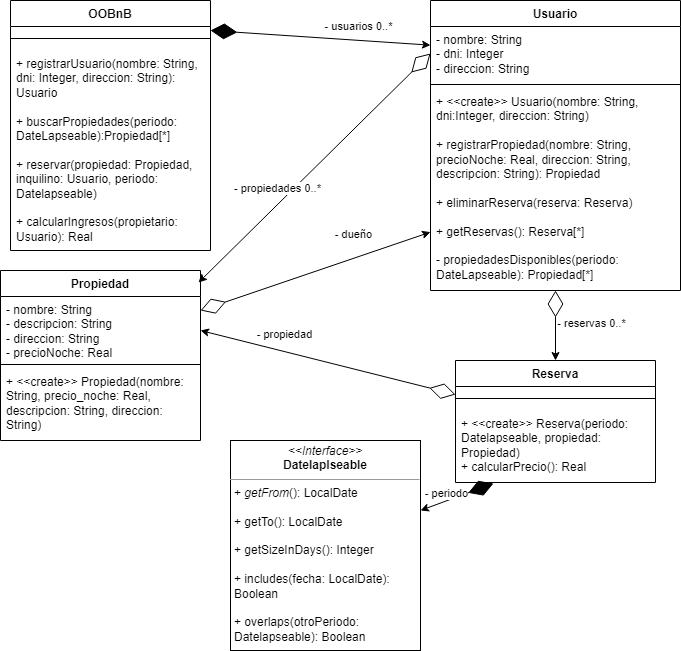
Pedro0604/2do-LS-LI-API-ATIC keeps this draw.io diagram as 2do semestre/OO1/Prácticas/Prácticas/ejercicio15/Ejercicio 15.drawio.png. Above is the earlier version. Source tidied: cells renumbered, new cells last; positions are measured from the earlier drawing's top-left corner, leaving out a move shared by most shapes. Source of this version:
```xml
<mxGraphModel>
  <root>
    <mxCell id="0" />
    <mxCell id="1" parent="0" />
    <mxCell id="2" value="OOBnB" style="swimlane;fontStyle=1;align=center;verticalAlign=top;horizontal=1;startSize=26;whiteSpace=wrap;html=1;" parent="1" vertex="1">
      <mxGeometry x="10" width="200" height="250" as="geometry" />
    </mxCell>
    <mxCell id="3" style="line;strokeWidth=1;fillColor=none;align=left;verticalAlign=middle;spacingTop=-1;spacingLeft=3;spacingRight=3;labelPosition=right;strokeColor=inherit;" parent="2" vertex="1">
      <mxGeometry y="26" width="200" height="24" as="geometry" />
    </mxCell>
    <mxCell id="4" value="+ registrarUsuario(nombre: String, dni: Integer, direccion: String): Usuario&lt;br&gt;&lt;br&gt;+ buscarPropiedades(periodo: DateLapseable):Propiedad[*]&lt;br&gt;&lt;br&gt;+ reservar(propiedad: Propiedad, inquilino: Usuario, periodo: Datelapseable)&lt;br&gt;&lt;br&gt;+ calcularIngresos(propietario: Usuario): Real" style="text;strokeColor=none;fillColor=none;align=left;verticalAlign=top;spacingLeft=4;spacingRight=4;overflow=hidden;whiteSpace=wrap;html=1;" parent="2" vertex="1">
      <mxGeometry y="50" width="200" height="200" as="geometry" />
    </mxCell>
    <mxCell id="5" style="endArrow=diamondThin;endFill=1;endSize=24;html=1;rounded=0;startArrow=classic;startFill=1;" parent="2" edge="1" source="8">
      <mxGeometry relative="1" as="geometry">
        <mxPoint x="200" y="30" as="targetPoint" />
      </mxGeometry>
    </mxCell>
    <mxCell id="6" value="- usuarios 0..*" style="edgeLabel;html=1;align=center;verticalAlign=middle;" parent="5" vertex="1">
      <mxGeometry x="-0.34" y="-3" relative="1" as="geometry">
        <mxPoint y="-11" as="offset" />
      </mxGeometry>
    </mxCell>
    <mxCell id="7" value="Usuario" style="swimlane;fontStyle=1;align=center;verticalAlign=top;horizontal=1;startSize=26;whiteSpace=wrap;html=1;" parent="1" vertex="1">
      <mxGeometry x="430" width="250" height="290" as="geometry" />
    </mxCell>
    <mxCell id="8" value="- nombre: String&lt;br&gt;- dni: Integer&lt;br&gt;- direccion: String" style="text;strokeColor=none;fillColor=none;align=left;verticalAlign=top;spacingLeft=4;spacingRight=4;overflow=hidden;points=[[0,0.5],[1,0.5]];portConstraint=eastwest;whiteSpace=wrap;html=1;" parent="7" vertex="1">
      <mxGeometry y="26" width="250" height="54" as="geometry" />
    </mxCell>
    <mxCell id="9" style="line;strokeWidth=1;fillColor=none;align=left;verticalAlign=middle;spacingTop=-1;spacingLeft=3;spacingRight=3;labelPosition=right;strokeColor=inherit;" parent="7" vertex="1">
      <mxGeometry y="80" width="250" height="8" as="geometry" />
    </mxCell>
    <mxCell id="10" value="+ &amp;lt;&amp;lt;create&amp;gt;&amp;gt; Usuario(nombre: String, dni:Integer, direccion: String)&lt;br&gt;&lt;br&gt;+ registrarPropiedad(nombre: String, precioNoche: Real, direccion: String, descripcion: String): Propiedad&lt;br&gt;&lt;br&gt;+ eliminarReserva(reserva: Reserva)&lt;br&gt;&lt;br&gt;+ getReservas(): Reserva[*]&lt;br&gt;&lt;br&gt;- propiedadesDisponibles(periodo: DateLapseable): Propiedad[*]" style="text;strokeColor=none;fillColor=none;align=left;verticalAlign=top;spacingLeft=4;spacingRight=4;overflow=hidden;points=[[0,0.5],[1,0.5]];portConstraint=eastwest;whiteSpace=wrap;html=1;" parent="7" vertex="1">
      <mxGeometry y="88" width="250" height="202" as="geometry" />
    </mxCell>
    <mxCell id="11" value="Reserva" style="swimlane;fontStyle=1;align=center;verticalAlign=top;horizontal=1;startSize=26;whiteSpace=wrap;html=1;" parent="1" vertex="1">
      <mxGeometry x="455" y="360" width="200" height="122" as="geometry" />
    </mxCell>
    <mxCell id="12" style="line;strokeWidth=1;fillColor=none;align=left;verticalAlign=middle;spacingTop=-1;spacingLeft=3;spacingRight=3;labelPosition=right;points=[];portConstraint=eastwest;strokeColor=inherit;" parent="11" vertex="1">
      <mxGeometry y="26" width="200" height="24" as="geometry" />
    </mxCell>
    <mxCell id="13" value="+ &amp;lt;&amp;lt;create&amp;gt;&amp;gt; Reserva(periodo: Datelapseable, propiedad: Propiedad)&lt;br&gt;+ calcularPrecio(): Real" style="text;strokeColor=none;fillColor=none;align=left;verticalAlign=top;spacingLeft=4;spacingRight=4;overflow=hidden;points=[[0,0.5],[1,0.5]];portConstraint=eastwest;whiteSpace=wrap;html=1;" parent="11" vertex="1">
      <mxGeometry y="50" width="200" height="72" as="geometry" />
    </mxCell>
    <mxCell id="14" value="Propiedad" style="swimlane;fontStyle=1;align=center;verticalAlign=top;horizontal=1;startSize=26;whiteSpace=wrap;html=1;" parent="1" vertex="1">
      <mxGeometry y="270" width="200" height="170" as="geometry" />
    </mxCell>
    <mxCell id="15" value="- nombre: String&lt;br&gt;- descripcion: String&lt;br&gt;- direccion: String&lt;br&gt;- precioNoche: Real" style="text;strokeColor=none;fillColor=none;align=left;verticalAlign=top;spacingLeft=4;spacingRight=4;overflow=hidden;points=[[0,0.5],[1,0.5]];portConstraint=eastwest;whiteSpace=wrap;html=1;" parent="14" vertex="1">
      <mxGeometry y="26" width="200" height="64" as="geometry" />
    </mxCell>
    <mxCell id="16" style="line;strokeWidth=1;fillColor=none;align=left;verticalAlign=middle;spacingTop=-1;spacingLeft=3;spacingRight=3;labelPosition=right;strokeColor=inherit;" parent="14" vertex="1">
      <mxGeometry y="90" width="200" height="8" as="geometry" />
    </mxCell>
    <mxCell id="17" value="+ &amp;lt;&amp;lt;create&amp;gt;&amp;gt; Propiedad(nombre: String, precio_noche: Real, descripcion: String, direccion: String)&lt;br&gt;&lt;br&gt;+ valorActual(): Real" style="text;strokeColor=none;fillColor=none;align=left;verticalAlign=top;spacingLeft=4;spacingRight=4;overflow=hidden;whiteSpace=wrap;html=1;" parent="14" vertex="1">
      <mxGeometry y="98" width="200" height="72" as="geometry" />
    </mxCell>
    <mxCell id="18" value="&lt;p style=&quot;margin:0px;margin-top:4px;text-align:center;&quot;&gt;&lt;i&gt;&amp;lt;&amp;lt;Interface&amp;gt;&amp;gt;&lt;/i&gt;&lt;br&gt;&lt;b&gt;Datelaplseable&lt;/b&gt;&lt;/p&gt;&lt;hr size=&quot;1&quot;&gt;&lt;p style=&quot;margin:0px;margin-left:4px;&quot;&gt;&lt;/p&gt;&lt;p style=&quot;margin:0px;margin-left:4px;&quot;&gt;+ &lt;i&gt;getFrom&lt;/i&gt;(): LocalDate&lt;/p&gt;&lt;p style=&quot;margin:0px;margin-left:4px;&quot;&gt;&lt;br&gt;&lt;/p&gt;&lt;p style=&quot;margin:0px;margin-left:4px;&quot;&gt;+ getTo(): LocalDate&lt;/p&gt;&lt;p style=&quot;margin:0px;margin-left:4px;&quot;&gt;&lt;br&gt;&lt;/p&gt;&lt;p style=&quot;margin:0px;margin-left:4px;&quot;&gt;+ getSizeInDays(): Integer&lt;/p&gt;&lt;p style=&quot;margin:0px;margin-left:4px;&quot;&gt;&lt;br&gt;&lt;/p&gt;&lt;p style=&quot;margin:0px;margin-left:4px;&quot;&gt;+ includes(fecha: LocalDate): Boolean&lt;/p&gt;&lt;p style=&quot;margin:0px;margin-left:4px;&quot;&gt;&lt;br&gt;&lt;/p&gt;&lt;p style=&quot;margin:0px;margin-left:4px;&quot;&gt;+ overlaps(otroPeriodo: Datelapseable): Boolean&lt;/p&gt;" style="verticalAlign=top;align=left;overflow=fill;fontSize=12;fontFamily=Helvetica;html=1;whiteSpace=wrap;" parent="1" vertex="1">
      <mxGeometry x="230" y="440" width="190" height="210" as="geometry" />
    </mxCell>
    <mxCell id="19" style="endArrow=diamondThin;endFill=1;endSize=24;html=1;rounded=0;startArrow=classic;startFill=1;entryX=0.19;entryY=1.014;entryDx=0;entryDy=0;entryPerimeter=0;" parent="1" edge="1" source="18" target="13">
      <mxGeometry relative="1" as="geometry" />
    </mxCell>
    <mxCell id="20" value="- periodo" style="edgeLabel;html=1;align=center;verticalAlign=middle;" parent="19" vertex="1">
      <mxGeometry x="-0.34" y="-3" relative="1" as="geometry">
        <mxPoint y="-11" as="offset" />
      </mxGeometry>
    </mxCell>
    <mxCell id="21" style="endArrow=diamondThin;endFill=0;endSize=24;html=1;rounded=0;startArrow=classic;startFill=1;entryX=0;entryY=0.333;entryDx=0;entryDy=0;entryPerimeter=0;" parent="1" edge="1" target="12">
      <mxGeometry relative="1" as="geometry">
        <mxPoint x="200" y="330" as="sourcePoint" />
      </mxGeometry>
    </mxCell>
    <mxCell id="22" value="- propiedad" style="edgeLabel;html=1;align=center;verticalAlign=middle;" parent="21" vertex="1">
      <mxGeometry x="-0.34" y="-3" relative="1" as="geometry">
        <mxPoint y="-21" as="offset" />
      </mxGeometry>
    </mxCell>
    <mxCell id="23" style="endArrow=diamondThin;endFill=0;endSize=24;html=1;rounded=0;startArrow=classic;startFill=1;" parent="1" edge="1" source="11" target="10">
      <mxGeometry relative="1" as="geometry" />
    </mxCell>
    <mxCell id="24" value="- reservas 0..*" style="edgeLabel;html=1;align=center;verticalAlign=middle;" parent="23" vertex="1">
      <mxGeometry x="-0.34" y="-3" relative="1" as="geometry">
        <mxPoint x="32" y="-15" as="offset" />
      </mxGeometry>
    </mxCell>
    <mxCell id="25" style="endArrow=diamondThin;endFill=0;endSize=24;html=1;rounded=0;startArrow=classic;startFill=1;entryX=0;entryY=0.5;entryDx=0;entryDy=0;exitX=0.99;exitY=0.071;exitDx=0;exitDy=0;exitPerimeter=0;" parent="1" edge="1" source="14" target="8">
      <mxGeometry relative="1" as="geometry" />
    </mxCell>
    <mxCell id="26" value="- propiedades 0..*" style="edgeLabel;html=1;align=center;verticalAlign=middle;" parent="25" vertex="1">
      <mxGeometry x="-0.34" y="-3" relative="1" as="geometry">
        <mxPoint y="-21" as="offset" />
      </mxGeometry>
    </mxCell>
    <mxCell id="27" style="endArrow=diamondThin;endFill=0;endSize=24;html=1;rounded=0;startArrow=classic;startFill=1;" parent="1" edge="1" source="10">
      <mxGeometry relative="1" as="geometry">
        <mxPoint x="200" y="310" as="targetPoint" />
      </mxGeometry>
    </mxCell>
    <mxCell id="28" value="- dueño" style="edgeLabel;html=1;align=center;verticalAlign=middle;" parent="27" vertex="1">
      <mxGeometry x="-0.34" y="-3" relative="1" as="geometry">
        <mxPoint y="-21" as="offset" />
      </mxGeometry>
    </mxCell>
  </root>
</mxGraphModel>
```
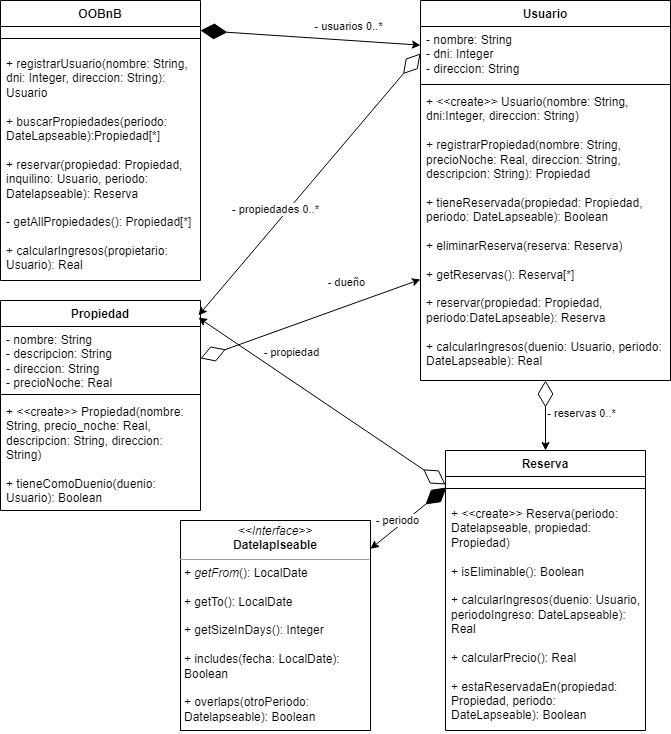
Later version of the same file.

The edit, as a diff of the source:
```diff
@@ -3,13 +3,13 @@
     <mxCell id="0" />
     <mxCell id="1" parent="0" />
     <mxCell id="2" value="OOBnB" style="swimlane;fontStyle=1;align=center;verticalAlign=top;horizontal=1;startSize=26;whiteSpace=wrap;html=1;" parent="1" vertex="1">
-      <mxGeometry x="10" width="200" height="250" as="geometry" />
+      <mxGeometry x="10" width="200" height="280" as="geometry" />
     </mxCell>
     <mxCell id="3" style="line;strokeWidth=1;fillColor=none;align=left;verticalAlign=middle;spacingTop=-1;spacingLeft=3;spacingRight=3;labelPosition=right;strokeColor=inherit;" parent="2" vertex="1">
       <mxGeometry y="26" width="200" height="24" as="geometry" />
     </mxCell>
-    <mxCell id="4" value="+ registrarUsuario(nombre: String, dni: Integer, direccion: String): Usuario&lt;br&gt;&lt;br&gt;+ buscarPropiedades(periodo: DateLapseable):Propiedad[*]&lt;br&gt;&lt;br&gt;+ reservar(propiedad: Propiedad, inquilino: Usuario, periodo: Datelapseable)&lt;br&gt;&lt;br&gt;+ calcularIngresos(propietario: Usuario): Real" style="text;strokeColor=none;fillColor=none;align=left;verticalAlign=top;spacingLeft=4;spacingRight=4;overflow=hidden;whiteSpace=wrap;html=1;" parent="2" vertex="1">
-      <mxGeometry y="50" width="200" height="200" as="geometry" />
+    <mxCell id="4" value="+ registrarUsuario(nombre: String, dni: Integer, direccion: String): Usuario&lt;br&gt;&lt;br&gt;+ buscarPropiedades(periodo: DateLapseable):Propiedad[*]&lt;br&gt;&lt;br&gt;+ reservar(propiedad: Propiedad, inquilino: Usuario, periodo: Datelapseable): Reserva&lt;br&gt;&lt;br&gt;- getAllPropiedades(): Propiedad[*]&lt;br&gt;&lt;br&gt;+ calcularIngresos(propietario: Usuario): Real" style="text;strokeColor=none;fillColor=none;align=left;verticalAlign=top;spacingLeft=4;spacingRight=4;overflow=hidden;whiteSpace=wrap;html=1;" parent="2" vertex="1">
+      <mxGeometry y="50" width="200" height="230" as="geometry" />
     </mxCell>
     <mxCell id="5" style="endArrow=diamondThin;endFill=1;endSize=24;html=1;rounded=0;startArrow=classic;startFill=1;" parent="2" edge="1" source="8">
       <mxGeometry relative="1" as="geometry">
@@ -22,7 +22,7 @@
       </mxGeometry>
     </mxCell>
     <mxCell id="7" value="Usuario" style="swimlane;fontStyle=1;align=center;verticalAlign=top;horizontal=1;startSize=26;whiteSpace=wrap;html=1;" parent="1" vertex="1">
-      <mxGeometry x="430" width="250" height="290" as="geometry" />
+      <mxGeometry x="430" width="250" height="380" as="geometry" />
     </mxCell>
     <mxCell id="8" value="- nombre: String&lt;br&gt;- dni: Integer&lt;br&gt;- direccion: String" style="text;strokeColor=none;fillColor=none;align=left;verticalAlign=top;spacingLeft=4;spacingRight=4;overflow=hidden;points=[[0,0.5],[1,0.5]];portConstraint=eastwest;whiteSpace=wrap;html=1;" parent="7" vertex="1">
       <mxGeometry y="26" width="250" height="54" as="geometry" />
@@ -30,20 +30,20 @@
     <mxCell id="9" style="line;strokeWidth=1;fillColor=none;align=left;verticalAlign=middle;spacingTop=-1;spacingLeft=3;spacingRight=3;labelPosition=right;strokeColor=inherit;" parent="7" vertex="1">
       <mxGeometry y="80" width="250" height="8" as="geometry" />
     </mxCell>
-    <mxCell id="10" value="+ &amp;lt;&amp;lt;create&amp;gt;&amp;gt; Usuario(nombre: String, dni:Integer, direccion: String)&lt;br&gt;&lt;br&gt;+ registrarPropiedad(nombre: String, precioNoche: Real, direccion: String, descripcion: String): Propiedad&lt;br&gt;&lt;br&gt;+ eliminarReserva(reserva: Reserva)&lt;br&gt;&lt;br&gt;+ getReservas(): Reserva[*]&lt;br&gt;&lt;br&gt;- propiedadesDisponibles(periodo: DateLapseable): Propiedad[*]" style="text;strokeColor=none;fillColor=none;align=left;verticalAlign=top;spacingLeft=4;spacingRight=4;overflow=hidden;points=[[0,0.5],[1,0.5]];portConstraint=eastwest;whiteSpace=wrap;html=1;" parent="7" vertex="1">
-      <mxGeometry y="88" width="250" height="202" as="geometry" />
+    <mxCell id="10" value="+ &amp;lt;&amp;lt;create&amp;gt;&amp;gt; Usuario(nombre: String, dni:Integer, direccion: String)&lt;br&gt;&lt;br&gt;+ registrarPropiedad(nombre: String, precioNoche: Real, direccion: String, descripcion: String): Propiedad&lt;br&gt;&lt;br&gt;+ tieneReservada(propiedad: Propiedad, periodo: DateLapseable): Boolean&lt;br&gt;&lt;br&gt;+ eliminarReserva(reserva: Reserva)&lt;br&gt;&lt;br&gt;+ getReservas(): Reserva[*]&lt;br&gt;&lt;br&gt;+ reservar(propiedad: Propiedad, periodo:DateLapseable): Reserva&lt;br&gt;&lt;br&gt;+ calcularIngresos(duenio: Usuario, periodo: DateLapseable): Real" style="text;strokeColor=none;fillColor=none;align=left;verticalAlign=top;spacingLeft=4;spacingRight=4;overflow=hidden;points=[[0,0.5],[1,0.5]];portConstraint=eastwest;whiteSpace=wrap;html=1;" parent="7" vertex="1">
+      <mxGeometry y="88" width="250" height="292" as="geometry" />
     </mxCell>
     <mxCell id="11" value="Reserva" style="swimlane;fontStyle=1;align=center;verticalAlign=top;horizontal=1;startSize=26;whiteSpace=wrap;html=1;" parent="1" vertex="1">
-      <mxGeometry x="455" y="360" width="200" height="122" as="geometry" />
+      <mxGeometry x="455" y="450" width="200" height="280" as="geometry" />
     </mxCell>
     <mxCell id="12" style="line;strokeWidth=1;fillColor=none;align=left;verticalAlign=middle;spacingTop=-1;spacingLeft=3;spacingRight=3;labelPosition=right;points=[];portConstraint=eastwest;strokeColor=inherit;" parent="11" vertex="1">
       <mxGeometry y="26" width="200" height="24" as="geometry" />
     </mxCell>
-    <mxCell id="13" value="+ &amp;lt;&amp;lt;create&amp;gt;&amp;gt; Reserva(periodo: Datelapseable, propiedad: Propiedad)&lt;br&gt;+ calcularPrecio(): Real" style="text;strokeColor=none;fillColor=none;align=left;verticalAlign=top;spacingLeft=4;spacingRight=4;overflow=hidden;points=[[0,0.5],[1,0.5]];portConstraint=eastwest;whiteSpace=wrap;html=1;" parent="11" vertex="1">
-      <mxGeometry y="50" width="200" height="72" as="geometry" />
+    <mxCell id="13" value="+ &amp;lt;&amp;lt;create&amp;gt;&amp;gt; Reserva(periodo: Datelapseable, propiedad: Propiedad)&lt;br&gt;&lt;br&gt;+ isEliminable(): Boolean&lt;br&gt;&lt;br&gt;+ calcularIngresos(duenio: Usuario, periodoIngreso: DateLapseable): Real&lt;br&gt;&lt;br&gt;+ calcularPrecio(): Real&lt;br&gt;&lt;br&gt;+ estaReservadaEn(propiedad: Propiedad, periodo: DateLapseable): Boolean" style="text;strokeColor=none;fillColor=none;align=left;verticalAlign=top;spacingLeft=4;spacingRight=4;overflow=hidden;points=[[0,0.5],[1,0.5]];portConstraint=eastwest;whiteSpace=wrap;html=1;" parent="11" vertex="1">
+      <mxGeometry y="50" width="200" height="230" as="geometry" />
     </mxCell>
     <mxCell id="14" value="Propiedad" style="swimlane;fontStyle=1;align=center;verticalAlign=top;horizontal=1;startSize=26;whiteSpace=wrap;html=1;" parent="1" vertex="1">
-      <mxGeometry y="270" width="200" height="170" as="geometry" />
+      <mxGeometry x="10" y="300" width="200" height="210" as="geometry" />
     </mxCell>
     <mxCell id="15" value="- nombre: String&lt;br&gt;- descripcion: String&lt;br&gt;- direccion: String&lt;br&gt;- precioNoche: Real" style="text;strokeColor=none;fillColor=none;align=left;verticalAlign=top;spacingLeft=4;spacingRight=4;overflow=hidden;points=[[0,0.5],[1,0.5]];portConstraint=eastwest;whiteSpace=wrap;html=1;" parent="14" vertex="1">
       <mxGeometry y="26" width="200" height="64" as="geometry" />
@@ -51,13 +51,13 @@
     <mxCell id="16" style="line;strokeWidth=1;fillColor=none;align=left;verticalAlign=middle;spacingTop=-1;spacingLeft=3;spacingRight=3;labelPosition=right;strokeColor=inherit;" parent="14" vertex="1">
       <mxGeometry y="90" width="200" height="8" as="geometry" />
     </mxCell>
-    <mxCell id="17" value="+ &amp;lt;&amp;lt;create&amp;gt;&amp;gt; Propiedad(nombre: String, precio_noche: Real, descripcion: String, direccion: String)&lt;br&gt;&lt;br&gt;+ valorActual(): Real" style="text;strokeColor=none;fillColor=none;align=left;verticalAlign=top;spacingLeft=4;spacingRight=4;overflow=hidden;whiteSpace=wrap;html=1;" parent="14" vertex="1">
-      <mxGeometry y="98" width="200" height="72" as="geometry" />
+    <mxCell id="17" value="+ &amp;lt;&amp;lt;create&amp;gt;&amp;gt; Propiedad(nombre: String, precio_noche: Real, descripcion: String, direccion: String)&lt;br&gt;&lt;br&gt;+ tieneComoDuenio(duenio: Usuario): Boolean" style="text;strokeColor=none;fillColor=none;align=left;verticalAlign=top;spacingLeft=4;spacingRight=4;overflow=hidden;whiteSpace=wrap;html=1;" parent="14" vertex="1">
+      <mxGeometry y="98" width="200" height="112" as="geometry" />
     </mxCell>
     <mxCell id="18" value="&lt;p style=&quot;margin:0px;margin-top:4px;text-align:center;&quot;&gt;&lt;i&gt;&amp;lt;&amp;lt;Interface&amp;gt;&amp;gt;&lt;/i&gt;&lt;br&gt;&lt;b&gt;Datelaplseable&lt;/b&gt;&lt;/p&gt;&lt;hr size=&quot;1&quot;&gt;&lt;p style=&quot;margin:0px;margin-left:4px;&quot;&gt;&lt;/p&gt;&lt;p style=&quot;margin:0px;margin-left:4px;&quot;&gt;+ &lt;i&gt;getFrom&lt;/i&gt;(): LocalDate&lt;/p&gt;&lt;p style=&quot;margin:0px;margin-left:4px;&quot;&gt;&lt;br&gt;&lt;/p&gt;&lt;p style=&quot;margin:0px;margin-left:4px;&quot;&gt;+ getTo(): LocalDate&lt;/p&gt;&lt;p style=&quot;margin:0px;margin-left:4px;&quot;&gt;&lt;br&gt;&lt;/p&gt;&lt;p style=&quot;margin:0px;margin-left:4px;&quot;&gt;+ getSizeInDays(): Integer&lt;/p&gt;&lt;p style=&quot;margin:0px;margin-left:4px;&quot;&gt;&lt;br&gt;&lt;/p&gt;&lt;p style=&quot;margin:0px;margin-left:4px;&quot;&gt;+ includes(fecha: LocalDate): Boolean&lt;/p&gt;&lt;p style=&quot;margin:0px;margin-left:4px;&quot;&gt;&lt;br&gt;&lt;/p&gt;&lt;p style=&quot;margin:0px;margin-left:4px;&quot;&gt;+ overlaps(otroPeriodo: Datelapseable): Boolean&lt;/p&gt;" style="verticalAlign=top;align=left;overflow=fill;fontSize=12;fontFamily=Helvetica;html=1;whiteSpace=wrap;" parent="1" vertex="1">
-      <mxGeometry x="230" y="440" width="190" height="210" as="geometry" />
+      <mxGeometry x="190" y="520" width="190" height="210" as="geometry" />
     </mxCell>
-    <mxCell id="19" style="endArrow=diamondThin;endFill=1;endSize=24;html=1;rounded=0;startArrow=classic;startFill=1;entryX=0.19;entryY=1.014;entryDx=0;entryDy=0;entryPerimeter=0;" parent="1" edge="1" source="18" target="13">
+    <mxCell id="19" style="endArrow=diamondThin;endFill=1;endSize=24;html=1;rounded=0;startArrow=classic;startFill=1;entryX=0.005;entryY=0.458;entryDx=0;entryDy=0;entryPerimeter=0;" parent="1" edge="1" source="18" target="12">
       <mxGeometry relative="1" as="geometry" />
     </mxCell>
     <mxCell id="20" value="- periodo" style="edgeLabel;html=1;align=center;verticalAlign=middle;" parent="19" vertex="1">
@@ -65,14 +65,12 @@
         <mxPoint y="-11" as="offset" />
       </mxGeometry>
     </mxCell>
-    <mxCell id="21" style="endArrow=diamondThin;endFill=0;endSize=24;html=1;rounded=0;startArrow=classic;startFill=1;entryX=0;entryY=0.333;entryDx=0;entryDy=0;entryPerimeter=0;" parent="1" edge="1" target="12">
-      <mxGeometry relative="1" as="geometry">
-        <mxPoint x="200" y="330" as="sourcePoint" />
-      </mxGeometry>
+    <mxCell id="21" style="endArrow=diamondThin;endFill=0;endSize=24;html=1;rounded=0;startArrow=classic;startFill=1;entryX=0;entryY=0.333;entryDx=0;entryDy=0;entryPerimeter=0;exitX=0.99;exitY=0.082;exitDx=0;exitDy=0;exitPerimeter=0;" parent="1" edge="1" source="14" target="12">
+      <mxGeometry relative="1" as="geometry" />
     </mxCell>
     <mxCell id="22" value="- propiedad" style="edgeLabel;html=1;align=center;verticalAlign=middle;" parent="21" vertex="1">
       <mxGeometry x="-0.34" y="-3" relative="1" as="geometry">
-        <mxPoint y="-21" as="offset" />
+        <mxPoint x="12" y="-24" as="offset" />
       </mxGeometry>
     </mxCell>
     <mxCell id="23" style="endArrow=diamondThin;endFill=0;endSize=24;html=1;rounded=0;startArrow=classic;startFill=1;" parent="1" edge="1" source="11" target="10">
@@ -91,10 +89,8 @@
         <mxPoint y="-21" as="offset" />
       </mxGeometry>
     </mxCell>
-    <mxCell id="27" style="endArrow=diamondThin;endFill=0;endSize=24;html=1;rounded=0;startArrow=classic;startFill=1;" parent="1" edge="1" source="10">
-      <mxGeometry relative="1" as="geometry">
-        <mxPoint x="200" y="310" as="targetPoint" />
-      </mxGeometry>
+    <mxCell id="27" style="endArrow=diamondThin;endFill=0;endSize=24;html=1;rounded=0;startArrow=classic;startFill=1;entryX=1;entryY=0.5;entryDx=0;entryDy=0;" parent="1" edge="1" source="10" target="15">
+      <mxGeometry relative="1" as="geometry" />
     </mxCell>
     <mxCell id="28" value="- dueño" style="edgeLabel;html=1;align=center;verticalAlign=middle;" parent="27" vertex="1">
       <mxGeometry x="-0.34" y="-3" relative="1" as="geometry">
```
